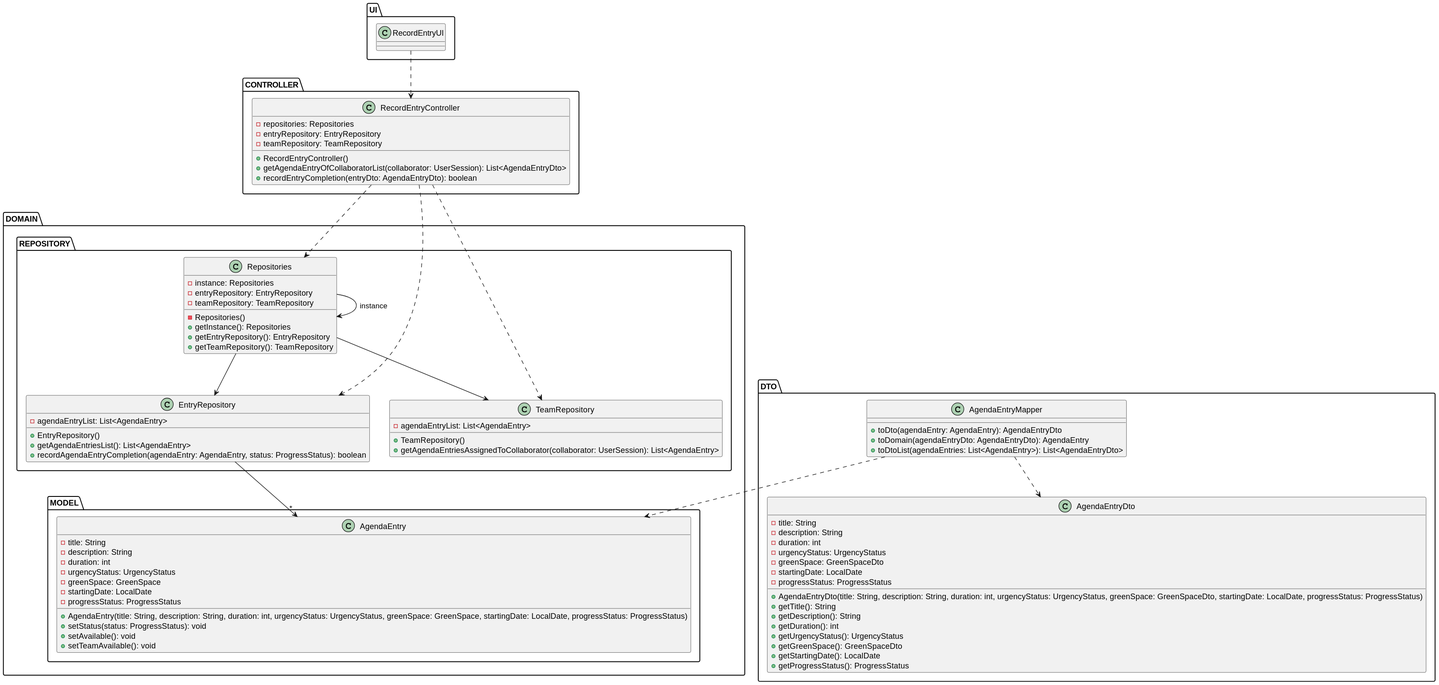
This is docs/sprintC/us029/03.design/svg/us029-class-diagram.svg from ricardomm7/leaflink, a PlantUML export, as it was before one commit.
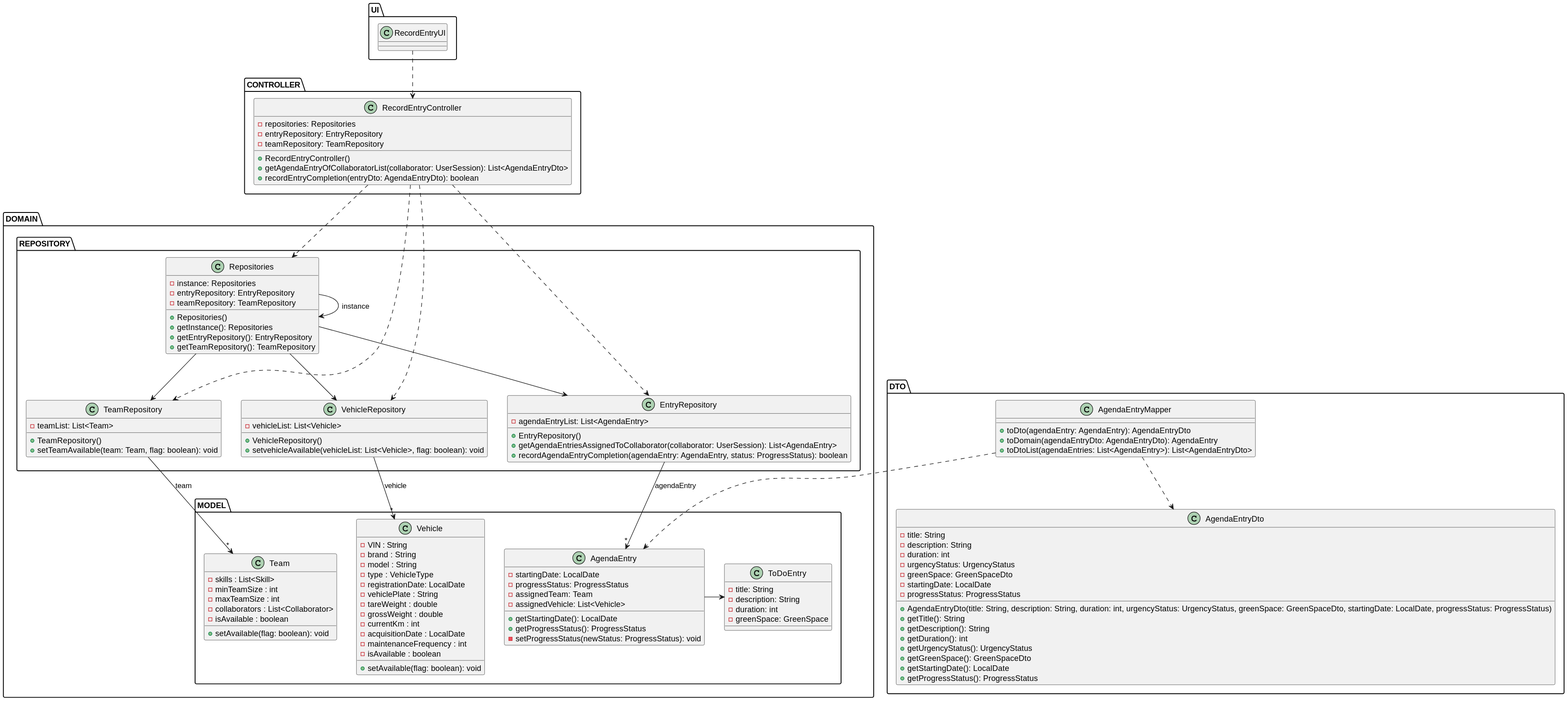
Above is the later version.

The edit, as a diff of the source:
```diff
@@ -24,7 +24,7 @@
             - instance: Repositories
             - entryRepository: EntryRepository
             - teamRepository: TeamRepository
-            - Repositories()
+            + Repositories()
             + getInstance(): Repositories
             + getEntryRepository(): EntryRepository
             + getTeamRepository(): TeamRepository
@@ -33,30 +33,65 @@
         class EntryRepository {
             - agendaEntryList: List<AgendaEntry>
             + EntryRepository()
-            + getAgendaEntriesList(): List<AgendaEntry>
+            + getAgendaEntriesAssignedToCollaborator(collaborator: UserSession): List<AgendaEntry>
             + recordAgendaEntryCompletion(agendaEntry: AgendaEntry, status: ProgressStatus): boolean
         }
 
         class TeamRepository {
-            - agendaEntryList: List<AgendaEntry>
+            - teamList: List<Team>
             + TeamRepository()
-            + getAgendaEntriesAssignedToCollaborator(collaborator: UserSession): List<AgendaEntry>
+            + setTeamAvailable(team: Team, flag: boolean): void
+
+
+        }
+        class VehicleRepository {
+            - vehicleList: List<Vehicle>
+            + VehicleRepository()
+            + setvehicleAvailable(vehicleList: List<Vehicle>, flag: boolean): void
         }
     }
 
     package MODEL {
         class AgendaEntry {
+            - startingDate: LocalDate
+            - progressStatus: ProgressStatus
+            - assignedTeam: Team
+            - assignedVehicle: List<Vehicle>
+            + getStartingDate(): LocalDate
+            + getProgressStatus(): ProgressStatus
+            - setProgressStatus(newStatus: ProgressStatus): void
+        }
+
+        class ToDoEntry{
             - title: String
             - description: String
             - duration: int
-            - urgencyStatus: UrgencyStatus
             - greenSpace: GreenSpace
-            - startingDate: LocalDate
-            - progressStatus: ProgressStatus
-            + AgendaEntry(title: String, description: String, duration: int, urgencyStatus: UrgencyStatus, greenSpace: GreenSpace, startingDate: LocalDate, progressStatus: ProgressStatus)
-            + setStatus(status: ProgressStatus): void
-            + setAvailable(): void
-            + setTeamAvailable(): void
+        }
+
+        class Team {
+            - skills : List<Skill>
+            - minTeamSize : int
+            - maxTeamSize : int
+            - collaborators : List<Collaborator>
+            - isAvailable : boolean
+            + setAvailable(flag: boolean): void
+        }
+
+        class Vehicle {
+            - VIN : String
+            - brand : String
+            - model : String
+            - type : VehicleType
+            - registrationDate: LocalDate
+            - vehiclePlate : String
+            - tareWeight : double
+            - grossWeight : double
+            - currentKm : int
+            - acquisitionDate : LocalDate
+            - maintenanceFrequency : int
+            - isAvailable : boolean
+            + setAvailable(flag: boolean): void
         }
     }
 }
@@ -88,13 +123,20 @@
 
 
 RecordEntryUI ..> RecordEntryController
+
 RecordEntryController ..> Repositories
 Repositories --> Repositories: instance
 RecordEntryController ..> EntryRepository
 RecordEntryController ..> TeamRepository
+RecordEntryController ..> VehicleRepository
 Repositories --> EntryRepository
 Repositories --> TeamRepository
-EntryRepository --> "*" AgendaEntry
+Repositories --> VehicleRepository
+EntryRepository --> "*" AgendaEntry: agendaEntry
+TeamRepository --> "*" Team: team
+VehicleRepository --> "*" Vehicle: vehicle
 AgendaEntryMapper ..> AgendaEntryDto
 AgendaEntryMapper ..> AgendaEntry
+
+AgendaEntry -> ToDoEntry
 @enduml
```
